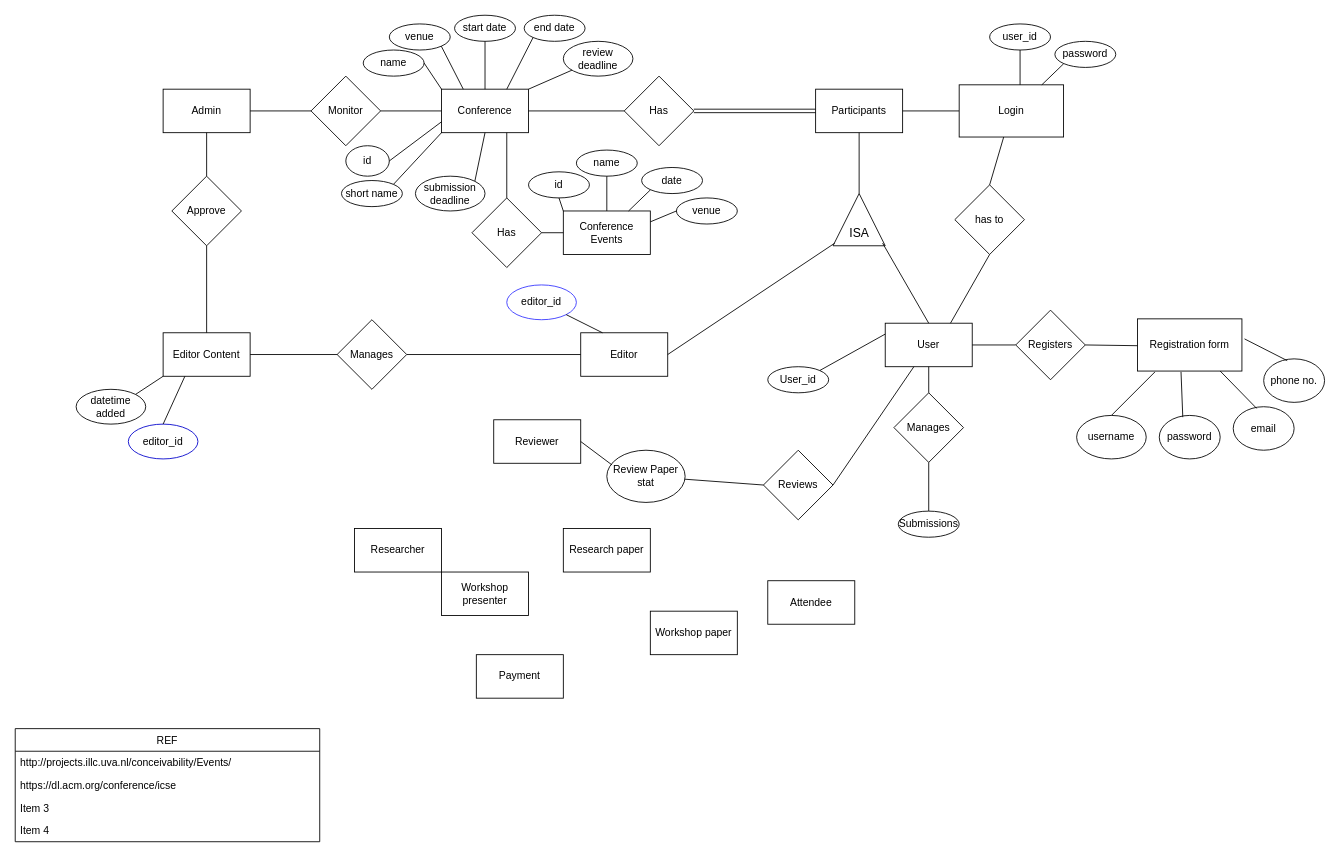
This is page "ER" (1 of 2) of diagrams/ER.drawio from matthew-sliit/conferencemgtool, a draw.io file, before an edit. Source tidied: cells renumbered, new cells numbered last; positions are measured from the earlier drawing's top-left corner, leaving out a move shared by most shapes. Both pictures are drawn from the tidied source at 87%, with x=0, y=0 at pixel (15, 15).
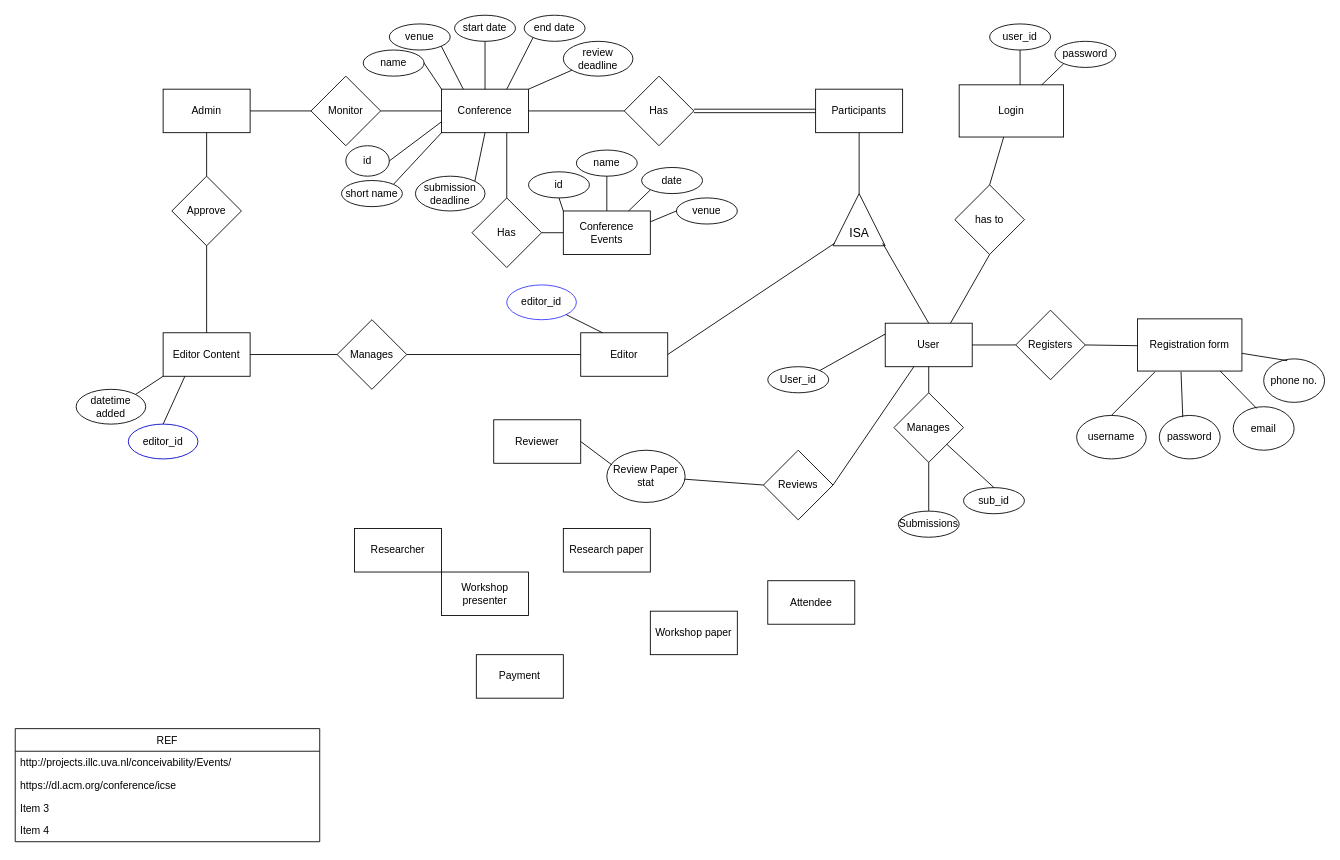
The same diagram, later.

The change refers to these unchanged cells:
```xml
<mxCell id="2" value="Participants" style="rounded=0;whiteSpace=wrap;html=1;" parent="1" vertex="1">
  <mxGeometry x="920" y="85" width="100" height="50" as="geometry" />
</mxCell>
<mxCell id="73" value="Manages" style="rhombus;whiteSpace=wrap;html=1;rotation=0;" parent="1" vertex="1">
  <mxGeometry x="1010" y="434" width="80" height="80" as="geometry" />
</mxCell>
<mxCell id="83" value="Login" style="rounded=0;whiteSpace=wrap;html=1;" parent="1" vertex="1">
  <mxGeometry x="1085" y="80" width="120" height="60" as="geometry" />
</mxCell>
<mxCell id="94" value="Registration form" style="rounded=0;whiteSpace=wrap;html=1;" parent="1" vertex="1">
  <mxGeometry x="1290" y="349" width="120" height="60" as="geometry" />
</mxCell>
<mxCell id="101" value="phone no." style="ellipse;whiteSpace=wrap;html=1;" parent="1" vertex="1">
  <mxGeometry x="1435" y="395" width="70" height="50" as="geometry" />
</mxCell>
```

The edit, as a diff of the source:
```diff
@@
-    <mxCell id="82" style="endArrow=none;html=1;exitX=1;exitY=0.5;exitDx=0;exitDy=0;entryX=0;entryY=0.5;entryDx=0;entryDy=0;" parent="1" edge="1" source="2" target="83">
-      <mxGeometry relative="1" as="geometry" />
-    </mxCell>
@@
-    <mxCell id="102" style="endArrow=none;html=1;exitX=0.386;exitY=0.04;exitDx=0;exitDy=0;exitPerimeter=0;entryX=1.025;entryY=0.384;entryDx=0;entryDy=0;entryPerimeter=0;" parent="1" edge="1" source="101" target="94">
+    <mxCell id="102" style="endArrow=none;html=1;exitX=0.386;exitY=0.04;exitDx=0;exitDy=0;exitPerimeter=0;" parent="1" edge="1" source="101" target="94">
       <mxGeometry relative="1" as="geometry" />
     </mxCell>
+    <mxCell id="103" style="endArrow=none;html=1;" parent="1" edge="1" target="73">
+      <mxGeometry relative="1" as="geometry">
+        <mxPoint x="1125" y="543" as="sourcePoint" />
+      </mxGeometry>
+    </mxCell>
+    <mxCell id="104" value="sub_id" style="ellipse;whiteSpace=wrap;html=1;" parent="1" vertex="1">
+      <mxGeometry x="1090" y="543" width="70" height="30" as="geometry" />
+    </mxCell>
```
